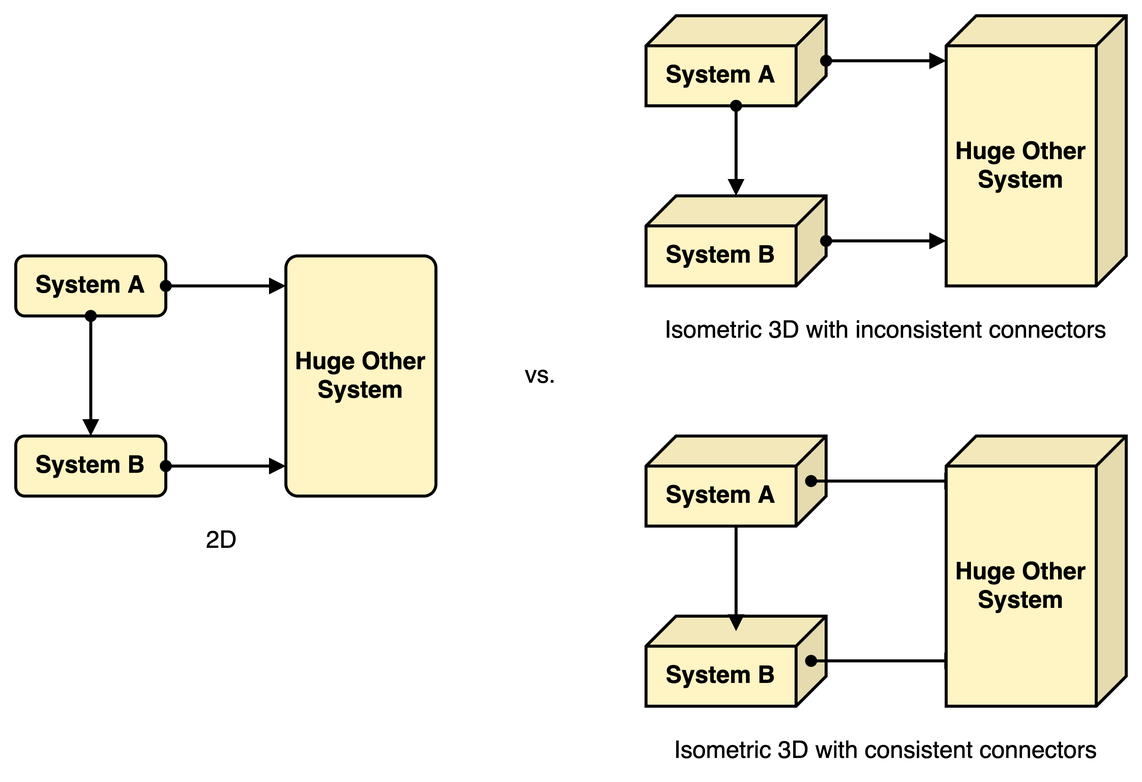
Earlier version of the draw.io export diagrams/general-guideline_no-3d-elements.png (martinleggewie/visual-tips-for-creating-schematic-diagrams). Source tidied: cells renumbered, new cells last; positions are measured from the earlier drawing's top-left corner, leaving out a move shared by most shapes.
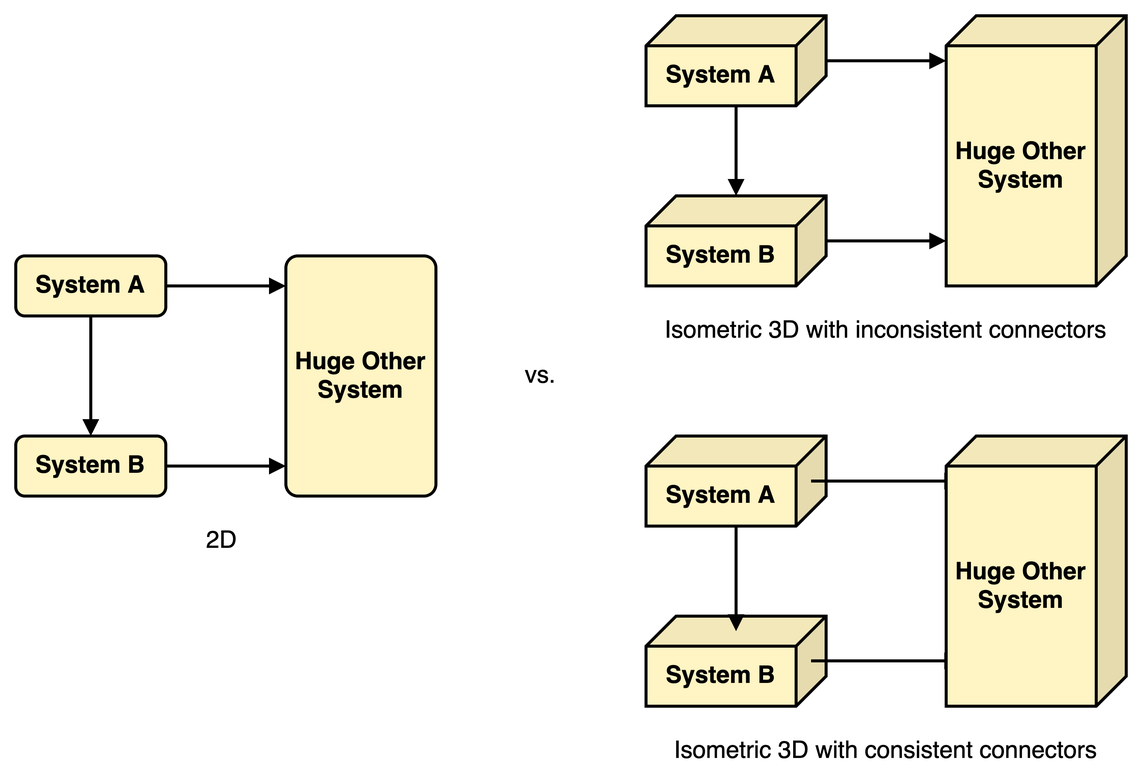
The same file after the commit.

The edit, as a diff of the source:
```diff
@@ -12,7 +12,7 @@
     <mxCell id="5" value="Huge Other&lt;br&gt;System" style="rounded=1;whiteSpace=wrap;html=1;strokeWidth=2;fontSize=16;fontStyle=1;fillColor=#FFF4C3;arcSize=8;" parent="3" vertex="1">
       <mxGeometry x="190" y="170" width="100" height="160" as="geometry" />
     </mxCell>
-    <mxCell id="6" style="rounded=0;jettySize=auto;html=1;fontSize=16;endArrow=block;endFill=1;startArrow=oval;startFill=1;strokeWidth=2;" parent="3" edge="1" source="4">
+    <mxCell id="6" style="rounded=0;jettySize=auto;html=1;fontSize=16;endArrow=block;endFill=1;startArrow=none;startFill=0;strokeWidth=2;" parent="3" edge="1" source="4">
       <mxGeometry relative="1" as="geometry">
         <mxPoint x="190" y="190" as="targetPoint" />
       </mxGeometry>
@@ -20,10 +20,10 @@
     <mxCell id="7" value="System B" style="rounded=1;whiteSpace=wrap;html=1;strokeWidth=2;fontSize=16;fontStyle=1;fillColor=#FFF4C3;" parent="3" vertex="1">
       <mxGeometry x="10" y="290" width="100" height="40" as="geometry" />
     </mxCell>
-    <mxCell id="8" style="edgeStyle=none;rounded=0;jettySize=auto;html=1;startArrow=oval;startFill=1;endArrow=block;endFill=1;strokeWidth=2;fontSize=16;" parent="3" edge="1" source="4" target="7">
+    <mxCell id="8" style="edgeStyle=none;rounded=0;jettySize=auto;html=1;startArrow=none;startFill=0;endArrow=block;endFill=1;strokeWidth=2;fontSize=16;" parent="3" edge="1" source="4" target="7">
       <mxGeometry relative="1" as="geometry" />
     </mxCell>
-    <mxCell id="9" style="rounded=0;jettySize=auto;html=1;fontSize=16;endArrow=block;endFill=1;startArrow=oval;startFill=1;strokeWidth=2;" parent="3" edge="1" source="7">
+    <mxCell id="9" style="rounded=0;jettySize=auto;html=1;fontSize=16;endArrow=block;endFill=1;startArrow=none;startFill=0;strokeWidth=2;" parent="3" edge="1" source="7">
       <mxGeometry relative="1" as="geometry">
         <mxPoint x="190" y="310" as="targetPoint" />
       </mxGeometry>
@@ -43,17 +43,17 @@
     <mxCell id="14" value="Huge Other System" style="shape=cube;whiteSpace=wrap;html=1;boundedLbl=1;backgroundOutline=1;darkOpacity=0.05;darkOpacity2=0.1;flipH=1;fontSize=16;fontStyle=1;strokeWidth=2;fillColor=#FFF4C3;" parent="3" vertex="1">
       <mxGeometry x="630" y="10" width="120" height="180" as="geometry" />
     </mxCell>
-    <mxCell id="15" style="rounded=0;jettySize=auto;html=1;fontSize=16;endArrow=block;endFill=1;startArrow=oval;startFill=1;strokeWidth=2;" parent="3" edge="1" source="13">
+    <mxCell id="15" style="rounded=0;jettySize=auto;html=1;fontSize=16;endArrow=block;endFill=1;startArrow=none;startFill=0;strokeWidth=2;" parent="3" edge="1" source="13">
       <mxGeometry relative="1" as="geometry">
         <mxPoint x="630" y="160" as="targetPoint" />
       </mxGeometry>
     </mxCell>
-    <mxCell id="16" style="rounded=0;jettySize=auto;html=1;fontSize=16;endArrow=block;endFill=1;startArrow=oval;startFill=1;strokeWidth=2;" parent="3" edge="1" source="12">
+    <mxCell id="16" style="rounded=0;jettySize=auto;html=1;fontSize=16;endArrow=block;endFill=1;startArrow=none;startFill=0;strokeWidth=2;" parent="3" edge="1" source="12">
       <mxGeometry relative="1" as="geometry">
         <mxPoint x="630" y="40" as="targetPoint" />
       </mxGeometry>
     </mxCell>
-    <mxCell id="17" style="rounded=0;jettySize=auto;html=1;fontSize=16;endArrow=block;endFill=1;startArrow=oval;startFill=1;strokeWidth=2;" parent="3" edge="1" source="12" target="13">
+    <mxCell id="17" style="rounded=0;jettySize=auto;html=1;fontSize=16;endArrow=block;endFill=1;startArrow=none;startFill=0;strokeWidth=2;" parent="3" edge="1" source="12" target="13">
       <mxGeometry relative="1" as="geometry" />
     </mxCell>
     <mxCell id="18" value="Isometric 3D with inconsistent connectors" style="text;html=1;strokeColor=none;fillColor=none;align=center;verticalAlign=middle;whiteSpace=wrap;rounded=0;fontSize=16;" parent="3" vertex="1">
@@ -62,7 +62,7 @@
     <mxCell id="19" value="System B" style="shape=cube;whiteSpace=wrap;html=1;boundedLbl=1;backgroundOutline=1;darkOpacity=0.05;darkOpacity2=0.1;flipH=1;fontSize=16;fontStyle=1;strokeWidth=2;fillColor=#FFF4C3;" parent="3" vertex="1">
       <mxGeometry x="430" y="410" width="120" height="60" as="geometry" />
     </mxCell>
-    <mxCell id="20" style="rounded=0;orthogonalLoop=1;jettySize=auto;html=1;fontSize=16;endArrow=block;endFill=1;startArrow=oval;startFill=1;strokeWidth=2;" parent="3" edge="1">
+    <mxCell id="20" style="rounded=0;orthogonalLoop=1;jettySize=auto;html=1;fontSize=16;endArrow=block;endFill=1;startArrow=none;startFill=0;strokeWidth=2;" parent="3" edge="1">
       <mxGeometry relative="1" as="geometry">
         <mxPoint x="490" y="340" as="sourcePoint" />
         <mxPoint x="490" y="420" as="targetPoint" />
@@ -74,13 +74,13 @@
     <mxCell id="22" value="System A" style="shape=cube;whiteSpace=wrap;html=1;boundedLbl=1;backgroundOutline=1;darkOpacity=0.05;darkOpacity2=0.1;flipH=1;fontSize=16;fontStyle=1;strokeWidth=2;fillColor=#FFF4C3;" parent="3" vertex="1">
       <mxGeometry x="430" y="290" width="120" height="60" as="geometry" />
     </mxCell>
-    <mxCell id="23" style="rounded=0;orthogonalLoop=1;jettySize=auto;html=1;fontSize=16;endArrow=block;endFill=1;startArrow=oval;startFill=1;strokeWidth=2;" parent="3" edge="1">
+    <mxCell id="23" style="rounded=0;orthogonalLoop=1;jettySize=auto;html=1;fontSize=16;endArrow=block;endFill=1;startArrow=none;startFill=0;strokeWidth=2;" parent="3" edge="1">
       <mxGeometry relative="1" as="geometry">
         <mxPoint x="540" y="320" as="sourcePoint" />
         <mxPoint x="640" y="320" as="targetPoint" />
       </mxGeometry>
     </mxCell>
-    <mxCell id="24" style="rounded=0;orthogonalLoop=1;jettySize=auto;html=1;fontSize=16;endArrow=block;endFill=1;startArrow=oval;startFill=1;strokeWidth=2;" parent="3" edge="1">
+    <mxCell id="24" style="rounded=0;orthogonalLoop=1;jettySize=auto;html=1;fontSize=16;endArrow=block;endFill=1;startArrow=none;startFill=0;strokeWidth=2;" parent="3" edge="1">
       <mxGeometry relative="1" as="geometry">
         <mxPoint x="540" y="439.8" as="sourcePoint" />
         <mxPoint x="640" y="439.8" as="targetPoint" />
```
